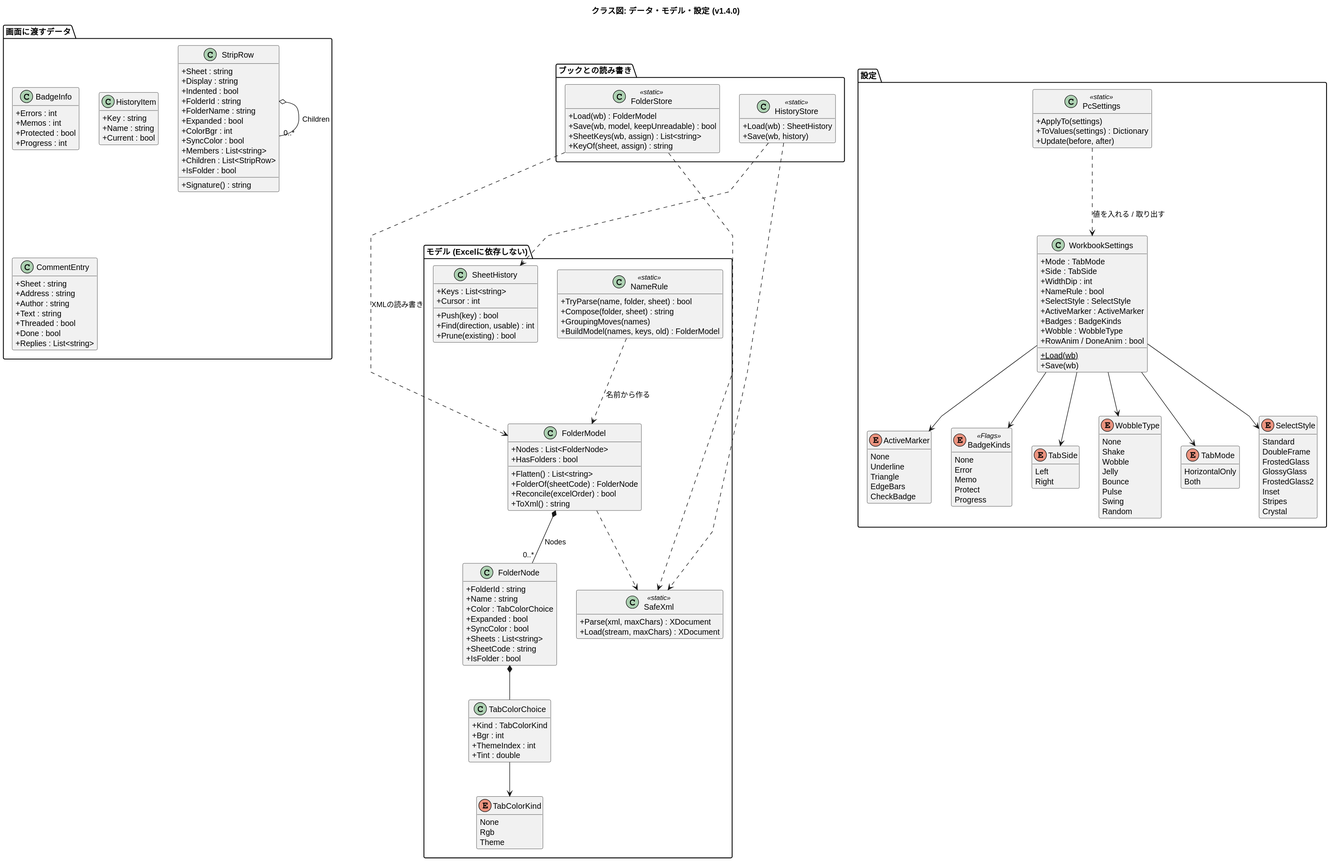
Before: docs/class-data.svg, a diagram exported from PlantUML (nk-taka623/VerticalSheetTabs). Source of this version:
```plantuml
@startuml
title クラス図: データ・モデル・設定 (v1.4.0)
skinparam shadowing false
skinparam classAttributeIconSize 0
skinparam linetype polyline
hide empty members

package "モデル (Excelに依存しない)" {
  class FolderModel {
    +Nodes : List<FolderNode>
    +HasFolders : bool
    +Flatten() : List<string>
    +FolderOf(sheetCode) : FolderNode
    +Reconcile(excelOrder) : bool
    +ToXml() : string
  }
  class FolderNode {
    +FolderId : string
    +Name : string
    +Color : TabColorChoice
    +Expanded : bool
    +SyncColor : bool
    +Sheets : List<string>
    +SheetCode : string
    +IsFolder : bool
  }
  class TabColorChoice {
    +Kind : TabColorKind
    +Bgr : int
    +ThemeIndex : int
    +Tint : double
  }
  enum TabColorKind {
    None
    Rgb
    Theme
  }
  class SheetHistory {
    +Keys : List<string>
    +Cursor : int
    +Push(key) : bool
    +Find(direction, usable) : int
    +Prune(existing) : bool
  }
  class NameRule <<static>> {
    +TryParse(name, folder, sheet) : bool
    +Compose(folder, sheet) : string
    +GroupingMoves(names)
    +BuildModel(names, keys, old) : FolderModel
  }
  class SafeXml <<static>> {
    +Parse(xml, maxChars) : XDocument
    +Load(stream, maxChars) : XDocument
  }
}

package "ブックとの読み書き" {
  class FolderStore <<static>> {
    +Load(wb) : FolderModel
    +Save(wb, model, keepUnreadable) : bool
    +SheetKeys(wb, assign) : List<string>
    +KeyOf(sheet, assign) : string
  }
  class HistoryStore <<static>> {
    +Load(wb) : SheetHistory
    +Save(wb, history)
  }
}

package "設定" {
  class WorkbookSettings {
    +Mode : TabMode
    +Side : TabSide
    +WidthDip : int
    +NameRule : bool
    +SelectStyle : SelectStyle
    +ActiveMarker : ActiveMarker
    +Badges : BadgeKinds
    +Wobble : WobbleType
    +RowAnim / DoneAnim : bool
    +Load(wb) {static}
    +Save(wb)
  }
  class PcSettings <<static>> {
    +ApplyTo(settings)
    +ToValues(settings) : Dictionary
    +Update(before, after)
  }
  enum TabMode {
    HorizontalOnly
    Both
  }
  enum SelectStyle {
    Standard
    DoubleFrame
    FrostedGlass
    GlossyGlass
    FrostedGlass2
    Inset
    Stripes
    Crystal
  }
  enum ActiveMarker {
    None
    Underline
    Triangle
    EdgeBars
    CheckBadge
  }
  enum BadgeKinds <<Flags>> {
    None
    Error
    Memo
    Protect
    Progress
  }
  enum TabSide {
    Left
    Right
  }
  enum WobbleType {
    None
    Shake
    Wobble
    Jelly
    Bounce
    Pulse
    Swing
    Random
  }
}

package "画面に渡すデータ" {
  class StripRow {
    +Sheet : string
    +Display : string
    +Indented : bool
    +FolderId : string
    +FolderName : string
    +Expanded : bool
    +ColorBgr : int
    +SyncColor : bool
    +Members : List<string>
    +Children : List<StripRow>
    +IsFolder : bool
    +Signature() : string
  }
  class BadgeInfo {
    +Errors : int
    +Memos : int
    +Protected : bool
    +Progress : int
  }
  class HistoryItem {
    +Key : string
    +Name : string
    +Current : bool
  }
  class CommentEntry {
    +Sheet : string
    +Address : string
    +Author : string
    +Text : string
    +Threaded : bool
    +Done : bool
    +Replies : List<string>
  }
}

FolderModel *-- "0..*" FolderNode : Nodes
FolderNode *-- TabColorChoice
TabColorChoice --> TabColorKind
StripRow o-- "0..*" StripRow : Children

FolderStore ..> FolderModel : XMLの読み書き
FolderStore ..> SafeXml
FolderModel ..> SafeXml
HistoryStore ..> SheetHistory
HistoryStore ..> SafeXml
NameRule ..> FolderModel : 名前から作る

WorkbookSettings --> TabMode
WorkbookSettings --> TabSide
WorkbookSettings --> SelectStyle
WorkbookSettings --> ActiveMarker
WorkbookSettings --> BadgeKinds
WorkbookSettings --> WobbleType
PcSettings ..> WorkbookSettings : 値を入れる / 取り出す
@enduml
```
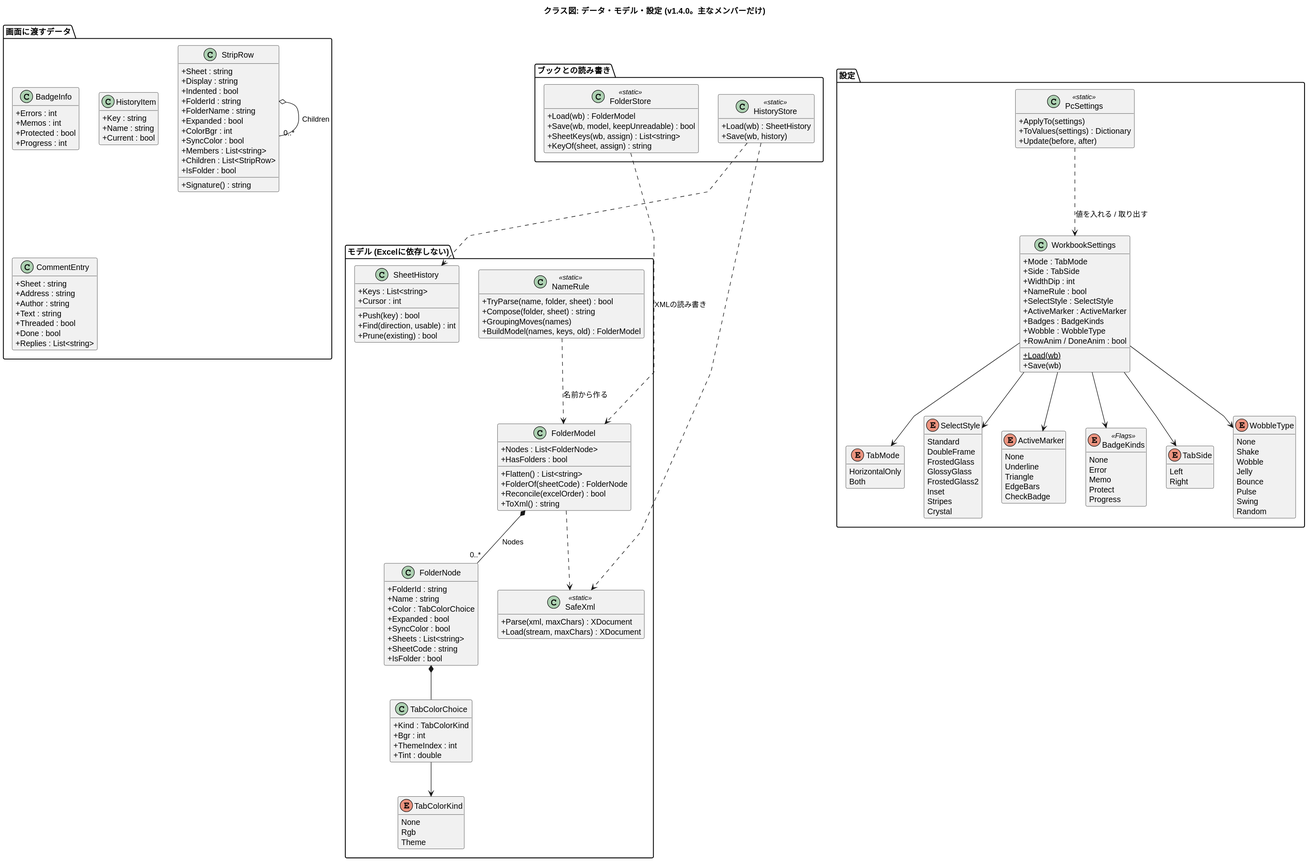
The same diagram one commit later.

The edit, as a diff of the source:
```diff
@@ -1,5 +1,5 @@
 @startuml
-title クラス図: データ・モデル・設定 (v1.4.0)
+title クラス図: データ・モデル・設定 (v1.4.0。主なメンバーだけ)
 skinparam shadowing false
 skinparam classAttributeIconSize 0
 skinparam linetype polyline
@@ -173,7 +173,6 @@
 StripRow o-- "0..*" StripRow : Children
 
 FolderStore ..> FolderModel : XMLの読み書き
-FolderStore ..> SafeXml
 FolderModel ..> SafeXml
 HistoryStore ..> SheetHistory
 HistoryStore ..> SafeXml
```
